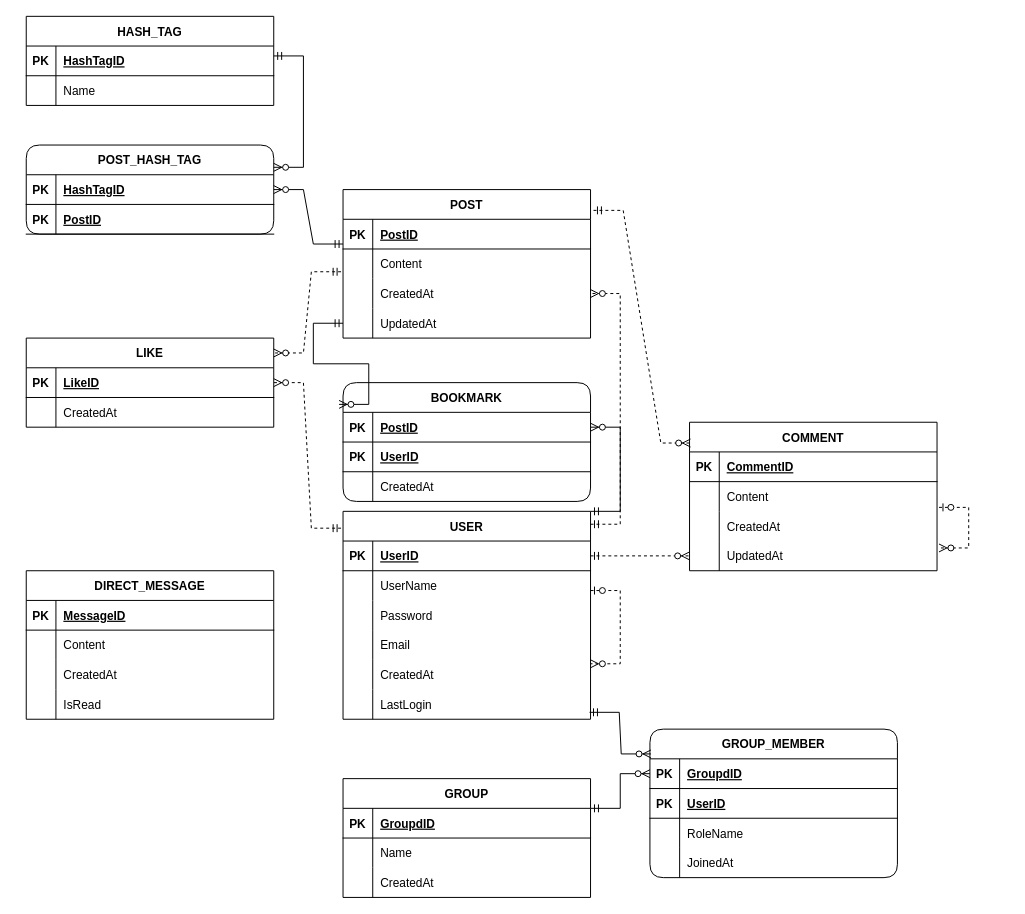
This is resource/SNS-CRM.drawio from cryscham123/ERdiagram, a draw.io file, before an edit. Source tidied: cells renumbered, new cells numbered last; positions are measured from the earlier drawing's top-left corner, leaving out a move shared by most shapes. Both pictures are drawn from the tidied source at 99%, with x=0, y=0 at pixel (-23, -155).
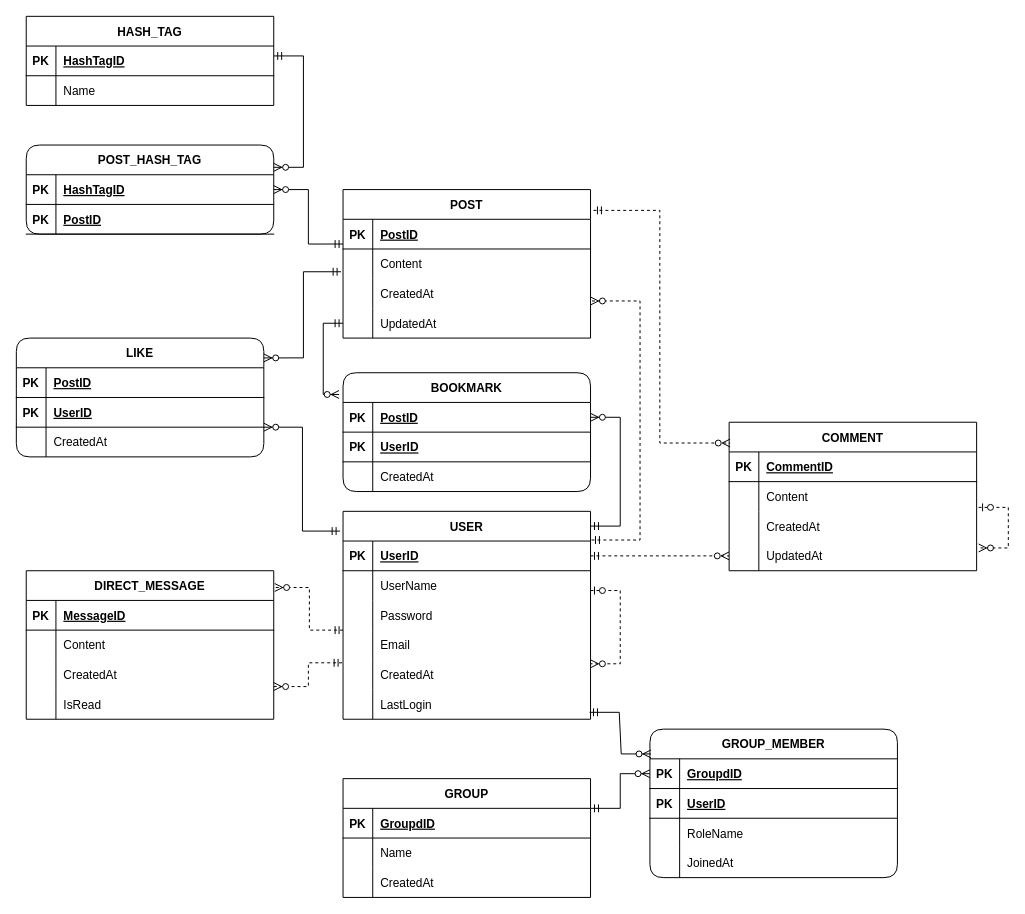
The same page after the edit.

The change refers to these unchanged cells:
```xml
<mxCell id="2" value="USER" style="shape=table;startSize=30;childLayout=tableLayout;rowLines=0;fontStyle=1;align=center;" parent="1" vertex="1">
  <mxGeometry x="369" y="673" width="250" height="210" as="geometry" />
</mxCell>
<mxCell id="12" style="shape=partialRectangle;fillColor=none;points=[[0,0.5],[1,0.5]];portConstraint=eastwest;top=0;left=0;right=0;bottom=0;" parent="2" vertex="1">
  <mxGeometry y="120" width="250" height="30" as="geometry" />
</mxCell>
<mxCell id="15" style="shape=partialRectangle;fillColor=none;points=[[0,0.5],[1,0.5]];portConstraint=eastwest;top=0;left=0;right=0;bottom=0;" parent="2" vertex="1">
  <mxGeometry y="150" width="250" height="30" as="geometry" />
</mxCell>
<mxCell id="22" value="POST" style="shape=table;startSize=30;childLayout=tableLayout;rowLines=0;fontStyle=1;align=center;" parent="1" vertex="1">
  <mxGeometry x="369" y="348" width="250" height="150" as="geometry" />
</mxCell>
<mxCell id="23" style="shape=partialRectangle;fillColor=none;points=[[0,0.5],[1,0.5]];portConstraint=eastwest;top=0;left=0;right=0;bottom=1;" parent="22" vertex="1">
  <mxGeometry y="30" width="250" height="30" as="geometry" />
</mxCell>
<mxCell id="26" style="shape=partialRectangle;fillColor=none;points=[[0,0.5],[1,0.5]];portConstraint=eastwest;top=0;left=0;right=0;bottom=0;" parent="22" vertex="1">
  <mxGeometry y="60" width="250" height="30" as="geometry" />
</mxCell>
<mxCell id="29" style="shape=partialRectangle;fillColor=none;points=[[0,0.5],[1,0.5]];portConstraint=eastwest;top=0;left=0;right=0;bottom=0;" parent="22" vertex="1">
  <mxGeometry y="90" width="250" height="30" as="geometry" />
</mxCell>
<mxCell id="32" style="shape=partialRectangle;fillColor=none;points=[[0,0.5],[1,0.5]];portConstraint=eastwest;top=0;left=0;right=0;bottom=0;" parent="22" vertex="1">
  <mxGeometry y="120" width="250" height="30" as="geometry" />
</mxCell>
<mxCell id="59" value="DIRECT_MESSAGE" style="shape=table;startSize=30;childLayout=tableLayout;rowLines=0;fontStyle=1;align=center;" parent="1" vertex="1">
  <mxGeometry x="49" y="733" width="250" height="150" as="geometry" />
</mxCell>
<mxCell id="73" style="shape=partialRectangle;fillColor=none;points=[[0,0.5],[1,0.5]];portConstraint=eastwest;top=0;left=0;right=0;bottom=1;" parent="72" vertex="1">
  <mxGeometry y="30" width="250" height="30" as="geometry" />
</mxCell>
<mxCell id="107" style="shape=partialRectangle;fillColor=none;points=[[0,0.5],[1,0.5]];portConstraint=eastwest;top=0;left=0;right=0;bottom=1;" parent="106" vertex="1">
  <mxGeometry y="30" width="250" height="30" as="geometry" />
</mxCell>
<mxCell id="116" style="shape=partialRectangle;fillColor=none;points=[[0,0.5],[1,0.5]];portConstraint=eastwest;top=0;left=0;right=0;bottom=1;" parent="115" vertex="1">
  <mxGeometry y="30" width="250" height="30" as="geometry" />
</mxCell>
```

What changed in the source:
```diff
@@
     <mxCell id="35" value="COMMENT" style="shape=table;startSize=30;childLayout=tableLayout;rowLines=0;fontStyle=1;align=center;" parent="1" vertex="1">
-      <mxGeometry x="719" y="583" width="250" height="150" as="geometry" />
+      <mxGeometry x="759" y="583" width="250" height="150" as="geometry" />
     </mxCell>
@@
-    <mxCell id="72" value="LIKE" style="shape=table;startSize=30;childLayout=tableLayout;rowLines=0;fontStyle=1;align=center;" parent="1" vertex="1">
-      <mxGeometry x="49" y="498" width="250" height="90" as="geometry" />
+    <mxCell id="72" value="LIKE" style="shape=table;startSize=30;childLayout=tableLayout;rowLines=0;fontStyle=1;align=center;rounded=1;" parent="1" vertex="1">
+      <mxGeometry x="39" y="498" width="250" height="120" as="geometry" />
     </mxCell>
@@
-    <mxCell id="75" value="LikeID" style="shape=partialRectangle;overflow=hidden;fillColor=none;top=0;left=0;bottom=0;right=0;align=left;spacingLeft=6;fontStyle=5;" parent="73" vertex="1">
+    <mxCell id="75" value="PostID" style="shape=partialRectangle;overflow=hidden;fillColor=none;top=0;left=0;bottom=0;right=0;align=left;spacingLeft=6;fontStyle=5;" parent="73" vertex="1">
       <mxGeometry x="30" width="220" height="30" as="geometry" />
     </mxCell>
+    <mxCell id="127" style="shape=partialRectangle;fillColor=none;top=0;left=0;right=0;bottom=1;" parent="72" vertex="1">
+      <mxGeometry y="60" width="250" height="30" as="geometry" />
+    </mxCell>
+    <mxCell id="128" value="PK" style="shape=partialRectangle;overflow=hidden;fillColor=none;top=0;left=0;bottom=0;right=0;fontStyle=1;" parent="127" vertex="1">
+      <mxGeometry width="30" height="30" as="geometry" />
+    </mxCell>
+    <mxCell id="129" value="UserID" style="shape=partialRectangle;overflow=hidden;fillColor=none;top=0;left=0;bottom=0;right=0;align=left;spacingLeft=6;fontStyle=5;" parent="127" vertex="1">
+      <mxGeometry x="30" width="220" height="30" as="geometry" />
+    </mxCell>
     <mxCell id="76" style="shape=partialRectangle;fillColor=none;top=0;left=0;right=0;bottom=0;" parent="72" vertex="1">
-      <mxGeometry y="60" width="250" height="30" as="geometry" />
+      <mxGeometry y="90" width="250" height="30" as="geometry" />
     </mxCell>
@@
-    <mxCell id="79" style="edgeStyle=entityRelationEdgeStyle;fontSize=12;html=1;endArrow=ERzeroToMany;startArrow=ERmandOne;rounded=0;exitX=-0.008;exitY=0.767;exitDx=0;exitDy=0;exitPerimeter=0;entryX=1;entryY=0.167;entryDx=0;entryDy=0;entryPerimeter=0;dashed=1;" parent="1" edge="1" source="26" target="72">
-      <mxGeometry relative="1" as="geometry">
-        <Array as="points">
-          <mxPoint x="179" y="368" />
-          <mxPoint x="319" y="343" />
-        </Array>
-      </mxGeometry>
+    <mxCell id="79" style="edgeStyle=orthogonalEdgeStyle;fontSize=12;html=1;endArrow=ERzeroToMany;startArrow=ERmandOne;rounded=0;exitX=-0.008;exitY=0.767;exitDx=0;exitDy=0;exitPerimeter=0;entryX=1;entryY=0.167;entryDx=0;entryDy=0;entryPerimeter=0;elbow=vertical;" parent="1" edge="1" source="26" target="72">
+      <mxGeometry relative="1" as="geometry" />
     </mxCell>
-    <mxCell id="80" style="edgeStyle=entityRelationEdgeStyle;fontSize=12;html=1;endArrow=ERzeroToMany;startArrow=ERmandOne;rounded=0;exitX=1.012;exitY=0.14;exitDx=0;exitDy=0;exitPerimeter=0;entryX=0.004;entryY=0.14;entryDx=0;entryDy=0;entryPerimeter=0;dashed=1;" parent="1" edge="1" source="22" target="35">
-      <mxGeometry relative="1" as="geometry">
-        <Array as="points">
-          <mxPoint x="539.5" y="495.5" />
-          <mxPoint x="651.5" y="440.5" />
-          <mxPoint x="769.5" y="450.5" />
-        </Array>
-      </mxGeometry>
+    <mxCell id="80" style="edgeStyle=orthogonalEdgeStyle;fontSize=12;html=1;endArrow=ERzeroToMany;startArrow=ERmandOne;rounded=0;exitX=1.012;exitY=0.14;exitDx=0;exitDy=0;exitPerimeter=0;entryX=0.004;entryY=0.14;entryDx=0;entryDy=0;entryPerimeter=0;dashed=1;" parent="1" edge="1" source="22" target="35">
+      <mxGeometry relative="1" as="geometry" />
     </mxCell>
-    <mxCell id="81" style="edgeStyle=entityRelationEdgeStyle;fontSize=12;html=1;endArrow=ERzeroToMany;startArrow=ERmandOne;rounded=0;entryX=1;entryY=0.5;entryDx=0;entryDy=0;exitX=1;exitY=0.062;exitDx=0;exitDy=0;exitPerimeter=0;dashed=1;" parent="1" edge="1" source="2" target="29">
+    <mxCell id="81" style="edgeStyle=orthogonalEdgeStyle;fontSize=12;html=1;endArrow=ERzeroToMany;startArrow=ERmandOne;rounded=0;entryX=1;entryY=0.75;entryDx=0;entryDy=0;exitX=1.004;exitY=0.138;exitDx=0;exitDy=0;exitPerimeter=0;dashed=1;" parent="1" edge="1" source="2" target="22">
       <mxGeometry relative="1" as="geometry">
         <Array as="points">
-          <mxPoint x="489" y="523" />
-          <mxPoint x="479" y="563" />
-          <mxPoint x="469" y="553" />
-          <mxPoint x="479" y="553" />
+          <mxPoint x="669" y="702" />
+          <mxPoint x="669" y="461" />
         </Array>
       </mxGeometry>
     </mxCell>
@@
-    <mxCell id="102" style="edgeStyle=entityRelationEdgeStyle;fontSize=12;html=1;endArrow=ERzeroToMany;startArrow=ERmandOne;rounded=0;exitX=-0.008;exitY=0.081;exitDx=0;exitDy=0;exitPerimeter=0;entryX=1;entryY=0.5;entryDx=0;entryDy=0;dashed=1;" parent="1" edge="1" source="2" target="73">
-      <mxGeometry relative="1" as="geometry">
-        <Array as="points">
-          <mxPoint x="199" y="472" />
-          <mxPoint x="339" y="447" />
-        </Array>
-      </mxGeometry>
+    <mxCell id="102" style="edgeStyle=elbowEdgeStyle;fontSize=12;html=1;endArrow=ERzeroToMany;startArrow=ERmandOne;rounded=0;exitX=-0.012;exitY=0.095;exitDx=0;exitDy=0;exitPerimeter=0;entryX=1;entryY=0.75;entryDx=0;entryDy=0;" parent="1" edge="1" source="2" target="72">
+      <mxGeometry relative="1" as="geometry" />
     </mxCell>
@@
-    <mxCell id="113" style="edgeStyle=entityRelationEdgeStyle;fontSize=12;html=1;endArrow=ERzeroToMany;startArrow=ERmandOne;rounded=0;exitX=0;exitY=0.833;exitDx=0;exitDy=0;exitPerimeter=0;entryX=1;entryY=0.5;entryDx=0;entryDy=0;" parent="1" edge="1" source="23" target="107">
-      <mxGeometry relative="1" as="geometry">
-        <Array as="points">
-          <mxPoint x="77.5" y="576.5" />
-          <mxPoint />
-          <mxPoint x="189.5" y="521.5" />
-          <mxPoint x="307.5" y="531.5" />
-        </Array>
-      </mxGeometry>
+    <mxCell id="113" style="edgeStyle=orthogonalEdgeStyle;fontSize=12;html=1;endArrow=ERzeroToMany;startArrow=ERmandOne;rounded=0;exitX=0;exitY=0.833;exitDx=0;exitDy=0;exitPerimeter=0;entryX=1;entryY=0.5;entryDx=0;entryDy=0;" parent="1" edge="1" source="23" target="107">
+      <mxGeometry relative="1" as="geometry" />
     </mxCell>
@@
     <mxCell id="115" value="BOOKMARK" style="shape=table;startSize=30;childLayout=tableLayout;rowLines=0;fontStyle=1;align=center;rounded=1;" parent="1" vertex="1">
-      <mxGeometry x="369" y="543" width="250" height="120" as="geometry" />
+      <mxGeometry x="369" y="533" width="250" height="120" as="geometry" />
     </mxCell>
@@
-    <mxCell id="125" style="edgeStyle=entityRelationEdgeStyle;fontSize=12;html=1;endArrow=ERzeroToMany;startArrow=ERmandOne;rounded=0;exitX=0;exitY=0.5;exitDx=0;exitDy=0;entryX=-0.016;entryY=0.183;entryDx=0;entryDy=0;entryPerimeter=0;" parent="1" edge="1" source="32" target="115">
+    <mxCell id="125" style="fontSize=12;html=1;endArrow=ERzeroToMany;startArrow=ERmandOne;rounded=0;exitX=0;exitY=0.5;exitDx=0;exitDy=0;entryX=-0.016;entryY=0.183;entryDx=0;entryDy=0;entryPerimeter=0;elbow=vertical;edgeStyle=elbowEdgeStyle;" parent="1" edge="1" source="32" target="115">
       <mxGeometry relative="1" as="geometry">
         <Array as="points">
-          <mxPoint x="87.5" y="586.5" />
-          <mxPoint x="10" y="10" />
-          <mxPoint x="199.5" y="531.5" />
-          <mxPoint x="317.5" y="541.5" />
+          <mxPoint x="349" y="523" />
         </Array>
       </mxGeometry>
     </mxCell>
-    <mxCell id="126" style="edgeStyle=entityRelationEdgeStyle;fontSize=12;html=1;endArrow=ERzeroToMany;startArrow=ERmandOne;rounded=0;entryX=1;entryY=0.5;entryDx=0;entryDy=0;exitX=1;exitY=0;exitDx=0;exitDy=0;" parent="1" edge="1" source="2" target="116">
+    <mxCell id="126" style="edgeStyle=orthogonalEdgeStyle;fontSize=12;html=1;endArrow=ERzeroToMany;startArrow=ERmandOne;rounded=0;entryX=1;entryY=0.5;entryDx=0;entryDy=0;exitX=1;exitY=0.071;exitDx=0;exitDy=0;exitPerimeter=0;elbow=vertical;" parent="1" edge="1" source="2" target="116">
       <mxGeometry relative="1" as="geometry">
         <Array as="points">
-          <mxPoint x="629" y="623" />
-          <mxPoint x="331.5" y="601.5" />
-          <mxPoint x="254" y="25" />
-          <mxPoint x="443.5" y="546.5" />
-          <mxPoint x="561.5" y="556.5" />
+          <mxPoint x="649" y="688" />
+          <mxPoint x="649" y="578" />
         </Array>
       </mxGeometry>
     </mxCell>
+    <mxCell id="130" style="edgeStyle=elbowEdgeStyle;fontSize=12;html=1;endArrow=ERzeroToMany;startArrow=ERmandOne;rounded=0;dashed=1;exitX=0;exitY=0;exitDx=0;exitDy=0;exitPerimeter=0;entryX=1.004;entryY=0.113;entryDx=0;entryDy=0;entryPerimeter=0;" parent="1" edge="1" source="12" target="59">
+      <mxGeometry relative="1" as="geometry" />
+    </mxCell>
+    <mxCell id="131" style="edgeStyle=elbowEdgeStyle;fontSize=12;html=1;endArrow=ERzeroToMany;startArrow=ERmandOne;rounded=0;dashed=1;exitX=-0.004;exitY=0.1;exitDx=0;exitDy=0;exitPerimeter=0;entryX=1.004;entryY=0.113;entryDx=0;entryDy=0;entryPerimeter=0;" parent="1" edge="1" source="15">
+      <mxGeometry relative="1" as="geometry">
+        <mxPoint x="299" y="850" as="targetPoint" />
+      </mxGeometry>
+    </mxCell>
```
